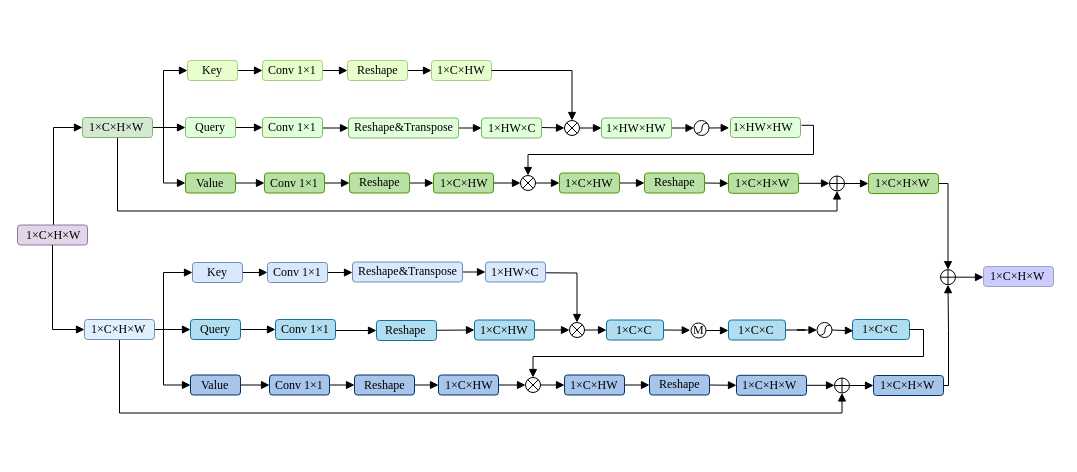
Earlier version of the draw.io diagram page "Page-1" (1 of 5) of semi_supervise.drawio (qiuluyi/Remote-sensing). Source tidied: cells renumbered, new cells numbered last; positions are measured from the earlier drawing's top-left corner, leaving out a move shared by most shapes. Both pictures are drawn from the tidied source at 100%, with x=0, y=0 at pixel (17, 56).
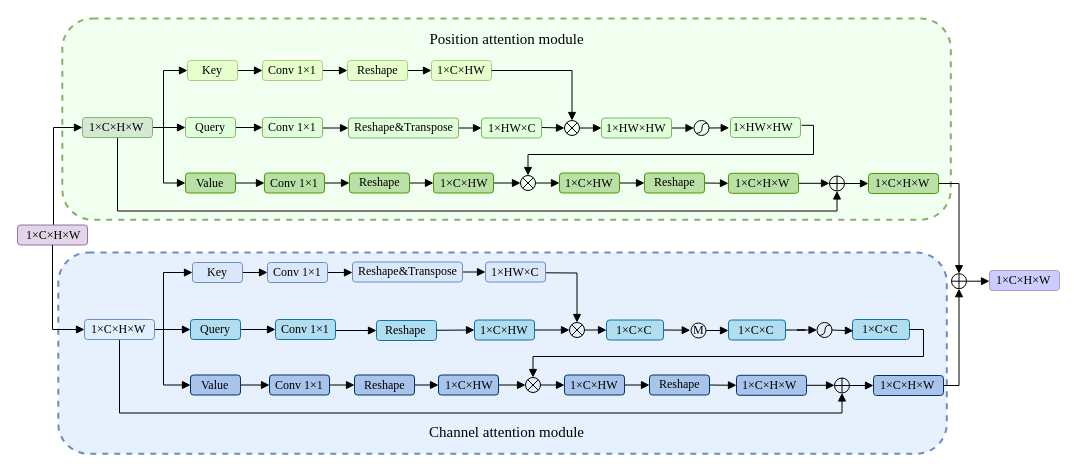
The same diagram, later.

The change refers to these unchanged cells:
```xml
<mxCell id="73" value="&lt;p style=&quot;line-height: 1&quot;&gt;&lt;br&gt;&lt;/p&gt;" style="rounded=1;whiteSpace=wrap;html=1;fontFamily=Times New Roman;fillColor=#B9E0A5;strokeColor=#4D9900;fontColor=#ffffff;" parent="1" vertex="1">
  <mxGeometry x="851" y="117" width="70" height="20" as="geometry" />
</mxCell>
<mxCell id="74" value="&lt;div style=&quot;text-align: center&quot;&gt;&lt;font face=&quot;times new roman&quot;&gt;1×C×H×W&lt;/font&gt;&lt;/div&gt;" style="text;whiteSpace=wrap;html=1;fontFamily=Times New Roman;" parent="1" vertex="1">
  <mxGeometry x="856" y="113" width="60" height="31.5" as="geometry" />
</mxCell>
<mxCell id="134" value="&lt;p style=&quot;line-height: 1&quot;&gt;&lt;br&gt;&lt;/p&gt;" style="rounded=1;whiteSpace=wrap;html=1;fontFamily=Times New Roman;fillColor=#A9C4EB;strokeColor=#003366;" parent="1" vertex="1">
  <mxGeometry x="856" y="319" width="70" height="20" as="geometry" />
</mxCell>
```

What changed in the source:
```diff
@@
+    <mxCell id="161" style="rounded=1;whiteSpace=wrap;html=1;fillColor=#E7F1FD;strokeColor=#6c8ebf;dashed=1;strokeWidth=2;" parent="1" vertex="1">
+      <mxGeometry x="40.8" y="196" width="888.5" height="201.2" as="geometry" />
+    </mxCell>
+    <mxCell id="162" style="rounded=1;whiteSpace=wrap;html=1;fillColor=#F0FFF0;strokeColor=#82b366;dashed=1;strokeWidth=2;" parent="1" vertex="1">
+      <mxGeometry x="44.8" y="-38" width="888.5" height="201.2" as="geometry" />
+    </mxCell>
@@
-    <mxCell id="72" style="edgeStyle=orthogonalEdgeStyle;rounded=0;jumpSize=0;jettySize=auto;html=1;exitX=1;exitY=0.5;exitDx=0;exitDy=0;entryX=0.5;entryY=0;entryDx=0;entryDy=0;fontFamily=Times New Roman;fontSize=11;fontColor=#000000;startArrow=none;startFill=0;endArrow=block;endFill=1;" parent="1" edge="1" source="73" target="154">
+    <mxCell id="72" style="edgeStyle=orthogonalEdgeStyle;rounded=0;jumpSize=0;jettySize=auto;html=1;exitX=1;exitY=0.5;exitDx=0;exitDy=0;entryX=0.5;entryY=0;entryDx=0;entryDy=0;fontFamily=Times New Roman;fontSize=11;fontColor=#000000;startArrow=none;startFill=0;endArrow=block;endFill=1;" parent="1" edge="1" source="74" target="154">
       <mxGeometry relative="1" as="geometry">
         <Array as="points">
-          <mxPoint x="931" y="127" />
+          <mxPoint x="916" y="127" />
+          <mxPoint x="941" y="127" />
         </Array>
       </mxGeometry>
     </mxCell>
@@
     <mxCell id="135" style="edgeStyle=orthogonalEdgeStyle;rounded=0;jumpSize=0;jettySize=auto;html=1;entryX=0.5;entryY=1;entryDx=0;entryDy=0;fontFamily=Times New Roman;fontSize=11;fontColor=#000000;startArrow=none;startFill=0;endArrow=block;endFill=1;exitX=1;exitY=0.5;exitDx=0;exitDy=0;" parent="1" edge="1" source="134" target="154">
       <mxGeometry relative="1" as="geometry">
         <Array as="points">
-          <mxPoint x="931" y="329" />
-          <mxPoint x="931" y="274" />
-          <mxPoint x="931" y="274" />
+          <mxPoint x="941" y="329" />
         </Array>
       </mxGeometry>
     </mxCell>
@@
     <mxCell id="154" style="shape=orEllipse;perimeter=ellipsePerimeter;whiteSpace=wrap;html=1;backgroundOutline=1;labelBackgroundColor=none;fontFamily=Times New Roman;fontSize=12;fontColor=#D5E8D4;fillColor=none;" parent="1" vertex="1">
-      <mxGeometry x="923" y="213.2" width="15" height="15" as="geometry" />
+      <mxGeometry x="934" y="217.2" width="15" height="15" as="geometry" />
     </mxCell>
     <mxCell id="155" value="&lt;p style=&quot;line-height: 1&quot;&gt;&lt;br&gt;&lt;/p&gt;" style="rounded=1;whiteSpace=wrap;html=1;fontFamily=Times New Roman;fillColor=#CCCCFF;strokeColor=#9F9FC7;" parent="1" vertex="1">
-      <mxGeometry x="966" y="210" width="70" height="20" as="geometry" />
+      <mxGeometry x="972" y="214" width="70" height="20" as="geometry" />
     </mxCell>
     <mxCell id="156" value="&lt;div style=&quot;text-align: center&quot;&gt;&lt;font face=&quot;times new roman&quot;&gt;1×C×H×W&lt;/font&gt;&lt;/div&gt;" style="text;whiteSpace=wrap;html=1;fontFamily=Times New Roman;" parent="1" vertex="1">
-      <mxGeometry x="971" y="206" width="60" height="31.5" as="geometry" />
+      <mxGeometry x="977" y="210" width="60" height="31.5" as="geometry" />
     </mxCell>
@@
+    <mxCell id="163" value="Position attention module" style="text;html=1;align=center;verticalAlign=middle;strokeColor=none;fillColor=none;fontFamily=Times New Roman;fontSize=15;" parent="1" vertex="1">
+      <mxGeometry x="404" y="-28" width="170" height="20" as="geometry" />
+    </mxCell>
+    <mxCell id="164" value="Channel attention module" style="text;html=1;align=center;verticalAlign=middle;strokeColor=none;fillColor=none;fontFamily=Times New Roman;fontSize=15;" parent="1" vertex="1">
+      <mxGeometry x="404" y="365" width="170" height="20" as="geometry" />
+    </mxCell>
```
